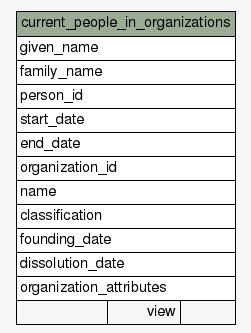
michalskop/hlasovali.cz keeps this Graphviz diagram as api/schema/diagrams/summary/current_people_in_organizations.1degree.png. Above is the earlier version. Its source is kept beside it as api/schema/diagrams/summary/current_people_in_organizations.1degree.dot. Its diagram source:
```dot
digraph "current_people_in_organizations" {
  graph [
    rankdir="RL"
    bgcolor="#f7f7f7"
    nodesep="0.18"
    ranksep="0.46"
    fontname="Helvetica"
    fontsize="11"
  ];
  node [
    fontname="Helvetica"
    fontsize="11"
    shape="plaintext"
  ];
  edge [
    arrowsize="0.8"
  ];
  "current_people_in_organizations" [
    label=<
    <TABLE BORDER="0" CELLBORDER="1" CELLSPACING="0" BGCOLOR="#ffffff">
      <TR><TD COLSPAN="3" BGCOLOR="#9bab96" ALIGN="CENTER">current_people_in_organizations</TD></TR>
      <TR><TD PORT="given_name" COLSPAN="3" ALIGN="LEFT">given_name</TD></TR>
      <TR><TD PORT="family_name" COLSPAN="3" ALIGN="LEFT">family_name</TD></TR>
      <TR><TD PORT="person_id" COLSPAN="3" ALIGN="LEFT">person_id</TD></TR>
      <TR><TD PORT="start_date" COLSPAN="3" ALIGN="LEFT">start_date</TD></TR>
      <TR><TD PORT="end_date" COLSPAN="3" ALIGN="LEFT">end_date</TD></TR>
      <TR><TD PORT="organization_id" COLSPAN="3" ALIGN="LEFT">organization_id</TD></TR>
      <TR><TD PORT="name" COLSPAN="3" ALIGN="LEFT">name</TD></TR>
      <TR><TD PORT="classification" COLSPAN="3" ALIGN="LEFT">classification</TD></TR>
      <TR><TD PORT="founding_date" COLSPAN="3" ALIGN="LEFT">founding_date</TD></TR>
      <TR><TD PORT="dissolution_date" COLSPAN="3" ALIGN="LEFT">dissolution_date</TD></TR>
      <TR><TD PORT="organization_attributes" COLSPAN="3" ALIGN="LEFT">organization_attributes</TD></TR>
      <TR><TD ALIGN="LEFT" BGCOLOR="#f7f7f7">  </TD><TD ALIGN="RIGHT" BGCOLOR="#f7f7f7">view</TD><TD ALIGN="RIGHT" BGCOLOR="#f7f7f7">  </TD></TR>
    </TABLE>>
    URL="tables/current_people_in_organizations.html"
    tooltip="current_people_in_organizations"
  ];
}
```
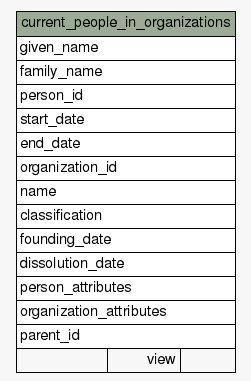
Above is the later version.

The edit, as a diff of the source:
```diff
@@ -29,7 +29,9 @@
       <TR><TD PORT="classification" COLSPAN="3" ALIGN="LEFT">classification</TD></TR>
       <TR><TD PORT="founding_date" COLSPAN="3" ALIGN="LEFT">founding_date</TD></TR>
       <TR><TD PORT="dissolution_date" COLSPAN="3" ALIGN="LEFT">dissolution_date</TD></TR>
+      <TR><TD PORT="person_attributes" COLSPAN="3" ALIGN="LEFT">person_attributes</TD></TR>
       <TR><TD PORT="organization_attributes" COLSPAN="3" ALIGN="LEFT">organization_attributes</TD></TR>
+      <TR><TD PORT="parent_id" COLSPAN="3" ALIGN="LEFT">parent_id</TD></TR>
       <TR><TD ALIGN="LEFT" BGCOLOR="#f7f7f7">  </TD><TD ALIGN="RIGHT" BGCOLOR="#f7f7f7">view</TD><TD ALIGN="RIGHT" BGCOLOR="#f7f7f7">  </TD></TR>
     </TABLE>>
     URL="tables/current_people_in_organizations.html"
```
